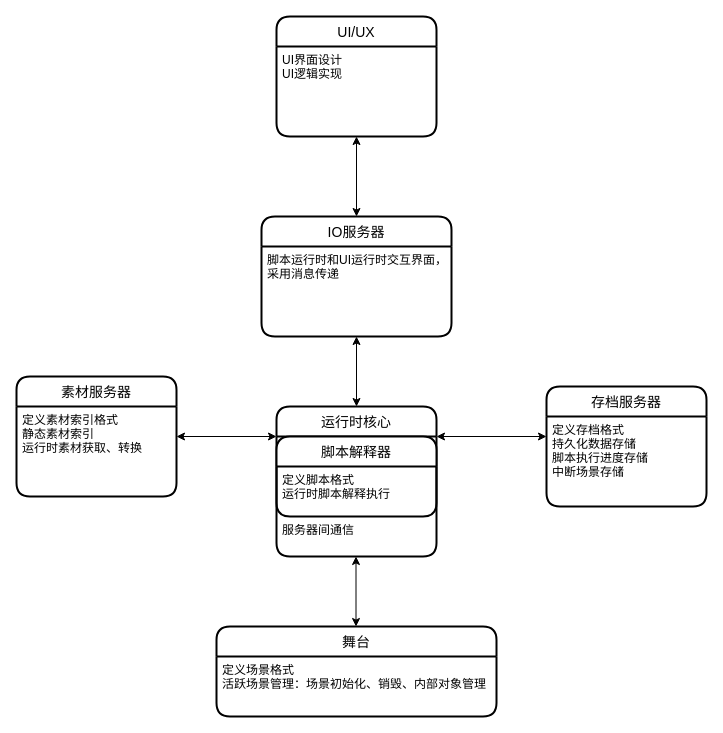
The draw.io diagram assets/引擎架构.drawio in YYF233333/Ring, before the edit. Source tidied: cells renumbered, new cells numbered last; positions are measured from the earlier drawing's top-left corner, leaving out a move shared by most shapes. Both pictures are drawn from the tidied source at 100%, with x=0, y=0 at pixel (16, 16).
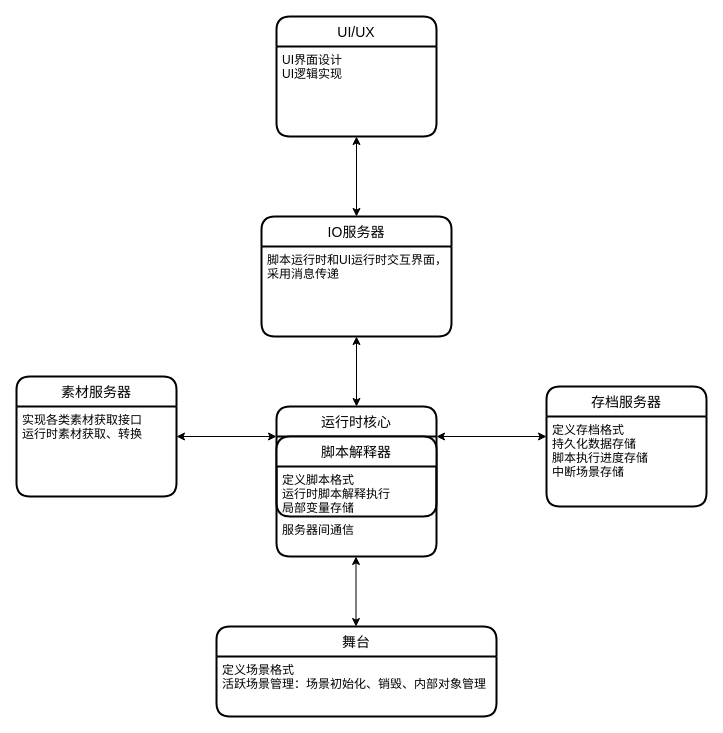
The same page after the edit.

The change refers to these unchanged cells:
```xml
<mxCell id="5" value="素材服务器" style="swimlane;horizontal=1;startSize=30;rounded=1;fontSize=14;fontStyle=0;strokeWidth=2;shadow=0;dashed=0;align=center;" parent="1" vertex="1">
  <mxGeometry y="360" width="160" height="120" as="geometry" />
</mxCell>
<mxCell id="14" value="脚本解释器" style="swimlane;horizontal=1;startSize=30;rounded=1;fontSize=14;fontStyle=0;strokeWidth=2;shadow=0;dashed=0;align=center;" parent="13" vertex="1">
  <mxGeometry y="30" width="160" height="80" as="geometry" />
</mxCell>
```

The edit, as a diff of the source:
```diff
@@
-    <mxCell id="6" value="定义素材索引格式&#10;静态素材索引&#10;运行时素材获取、转换" style="align=left;strokeColor=none;fillColor=none;spacingLeft=4;fontSize=12;verticalAlign=top;" parent="5" vertex="1">
+    <mxCell id="6" value="实现各类素材获取接口&#10;运行时素材获取、转换" style="align=left;strokeColor=none;fillColor=none;spacingLeft=4;fontSize=12;verticalAlign=top;" parent="5" vertex="1">
       <mxGeometry y="30" width="160" height="90" as="geometry" />
     </mxCell>
@@
-    <mxCell id="15" value="定义脚本格式&#10;运行时脚本解释执行" style="align=left;strokeColor=none;fillColor=none;spacingLeft=4;fontSize=12;verticalAlign=top;" parent="14" vertex="1">
+    <mxCell id="15" value="定义脚本格式&#10;运行时脚本解释执行&#10;局部变量存储" style="align=left;strokeColor=none;fillColor=none;spacingLeft=4;fontSize=12;verticalAlign=top;" parent="14" vertex="1">
       <mxGeometry y="30" width="160" height="50" as="geometry" />
     </mxCell>
```
